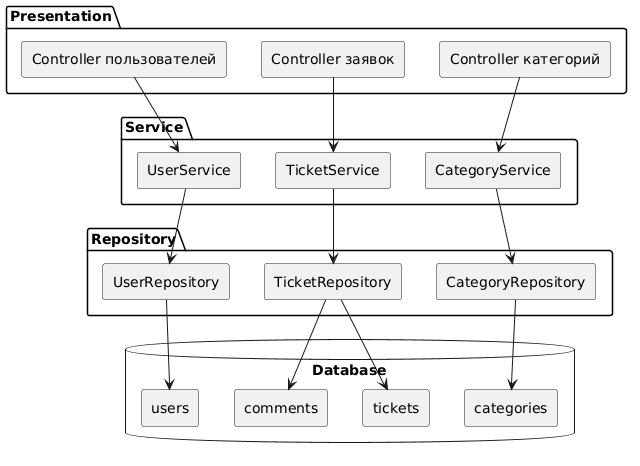
This is docs/architecture/components.png from danilstrizov888-netizen/Strizhov_Danila_Isip-407_RequestSystem, a PlantUML export, as it was before one commit.
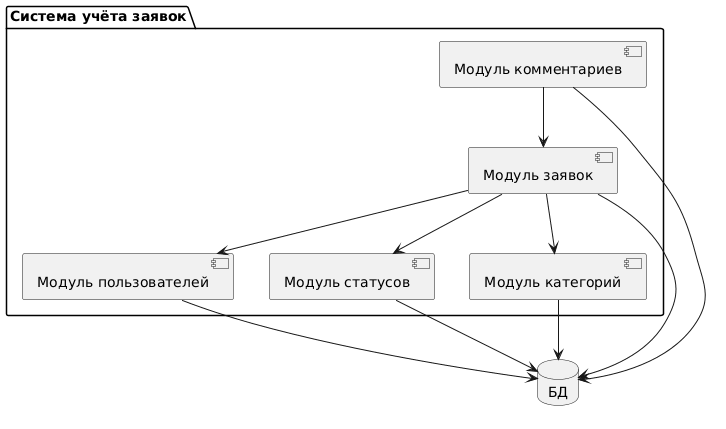
Later version of the same file.

Commit message:
docs: fix architecture diagrams

The edit, as a diff of the source:
```diff
@@ -1,41 +1,24 @@
 @startuml
-skinparam componentStyle rectangle
+skinparam componentStyle uml2
 
-package "Presentation" {
-  [Controller пользователей]
-  [Controller заявок]
-  [Controller категорий]
+package "Система учёта заявок" {
+  component "Модуль пользователей" as Users
+  component "Модуль заявок" as Tickets
+  component "Модуль статусов" as Statuses
+  component "Модуль категорий" as Categories
+  component "Модуль комментариев" as Comments
 }
 
-package "Service" {
-  [UserService]
-  [TicketService]
-  [CategoryService]
-}
+database "БД" as DB
 
-package "Repository" {
-  [UserRepository]
-  [TicketRepository]
-  [CategoryRepository]
-}
+Users --> DB
+Tickets --> DB
+Statuses --> DB
+Categories --> DB
+Comments --> DB
 
-database "Database" {
-  [users]
-  [tickets]
-  [categories]
-  [comments]
-}
-
-[Controller пользователей] --> [UserService]
-[Controller заявок] --> [TicketService]
-[Controller категорий] --> [CategoryService]
-
-[UserService] --> [UserRepository]
-[TicketService] --> [TicketRepository]
-[CategoryService] --> [CategoryRepository]
-
-[UserRepository] --> [users]
-[TicketRepository] --> [tickets]
-[TicketRepository] --> [comments]
-[CategoryRepository] --> [categories]
+Tickets --> Users
+Tickets --> Statuses
+Tickets --> Categories
+Comments --> Tickets
 @enduml
```
